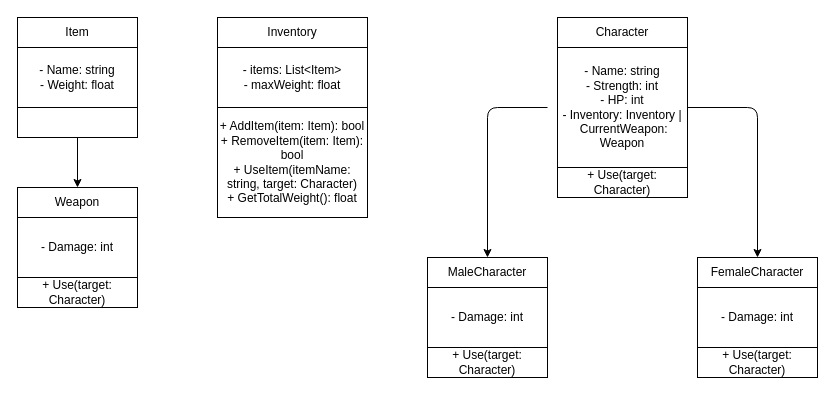
Earlier version of the draw.io diagram tabell.drawio (te22c-abdulleiid-amira/Projekt-1---Vinterprojektet). Source tidied: cells renumbered, new cells numbered last; positions are measured from the earlier drawing's top-left corner, leaving out a move shared by most shapes. Both pictures are drawn from the tidied source at 100%, with x=0, y=0 at pixel (17, 17).
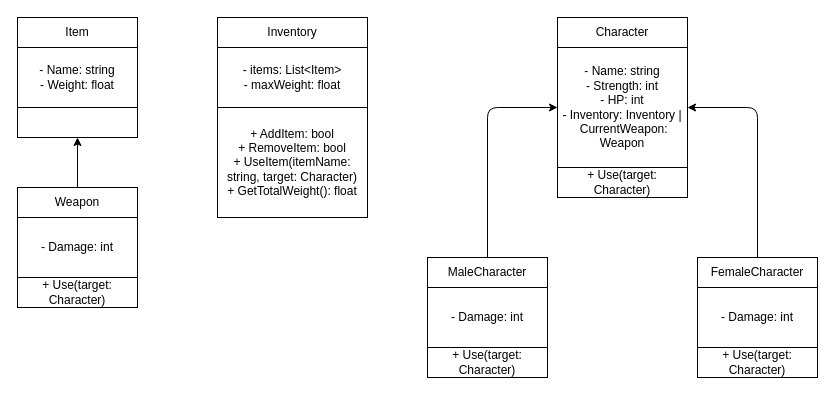
Above is the later version.

The change refers to these unchanged cells:
```xml
<mxCell id="4" style="rounded=0;whiteSpace=wrap;html=1;" parent="1" vertex="1">
  <mxGeometry y="90" width="120" height="30" as="geometry" />
</mxCell>
<mxCell id="6" value="Weapon" style="rounded=0;whiteSpace=wrap;html=1;" parent="1" vertex="1">
  <mxGeometry y="170" width="120" height="30" as="geometry" />
</mxCell>
<mxCell id="16" value="- &lt;span class=&quot;hljs-type&quot;&gt;Name&lt;/span&gt;: string&lt;br&gt;- Strength: &lt;span class=&quot;hljs-type&quot;&gt;int&lt;/span&gt; &lt;br&gt;- HP: &lt;span class=&quot;hljs-type&quot;&gt;int&lt;/span&gt; &lt;br&gt;- Inventory: Inventory |&amp;nbsp;CurrentWeapon: Weapon" style="rounded=0;whiteSpace=wrap;html=1;" parent="1" vertex="1">
  <mxGeometry x="540" y="30" width="130" height="120" as="geometry" />
</mxCell>
<mxCell id="17" value="MaleCharacter" style="rounded=0;whiteSpace=wrap;html=1;" parent="1" vertex="1">
  <mxGeometry x="410" y="240" width="120" height="30" as="geometry" />
</mxCell>
<mxCell id="20" value="FemaleCharacter" style="rounded=0;whiteSpace=wrap;html=1;" parent="1" vertex="1">
  <mxGeometry x="680" y="240" width="120" height="30" as="geometry" />
</mxCell>
```

Change to the diagram source:
```diff
@@
-    <mxCell id="3" style="edgeStyle=none;html=1;entryX=0.5;entryY=0;entryDx=0;entryDy=0;" parent="1" edge="1" source="4" target="6">
-      <mxGeometry relative="1" as="geometry" />
-    </mxCell>
@@
+    <mxCell id="23" style="edgeStyle=none;html=1;entryX=0.5;entryY=1;entryDx=0;entryDy=0;" parent="1" edge="1" source="6" target="4">
+      <mxGeometry relative="1" as="geometry" />
+    </mxCell>
@@
-    <mxCell id="10" value="+ AddItem(item: Item): &lt;span class=&quot;hljs-type&quot;&gt;bool&lt;br&gt;&lt;/span&gt;+ RemoveItem(item: Item): &lt;span class=&quot;hljs-type&quot;&gt;bool&lt;/span&gt; &lt;br&gt;+ UseItem(itemName: string, target: &lt;span class=&quot;hljs-type&quot;&gt;Character&lt;/span&gt;) &lt;br&gt;+ GetTotalWeight(): &lt;span class=&quot;hljs-type&quot;&gt;float&lt;/span&gt;" style="rounded=0;whiteSpace=wrap;html=1;" parent="1" vertex="1">
+    <mxCell id="10" value="+ AddItem: &lt;span class=&quot;hljs-type&quot;&gt;bool&lt;br&gt;&lt;/span&gt;+ RemoveItem: &lt;span class=&quot;hljs-type&quot;&gt;bool&lt;/span&gt; &lt;br&gt;+ UseItem(itemName: string, target: &lt;span class=&quot;hljs-type&quot;&gt;Character&lt;/span&gt;) &lt;br&gt;+ GetTotalWeight(): &lt;span class=&quot;hljs-type&quot;&gt;float&lt;/span&gt;" style="rounded=0;whiteSpace=wrap;html=1;" parent="1" vertex="1">
       <mxGeometry x="200" y="90" width="150" height="110" as="geometry" />
     </mxCell>
@@
-    <mxCell id="14" style="edgeStyle=none;html=1;entryX=0.5;entryY=0;entryDx=0;entryDy=0;" parent="1" edge="1" target="17">
-      <mxGeometry relative="1" as="geometry">
-        <mxPoint x="530" y="90" as="sourcePoint" />
-        <Array as="points">
-          <mxPoint x="470" y="90" />
-        </Array>
-      </mxGeometry>
-    </mxCell>
-    <mxCell id="15" style="edgeStyle=none;html=1;entryX=0.5;entryY=0;entryDx=0;entryDy=0;" parent="1" edge="1" source="16" target="20">
-      <mxGeometry relative="1" as="geometry">
-        <Array as="points">
-          <mxPoint x="740" y="90" />
-        </Array>
-      </mxGeometry>
-    </mxCell>
@@
+    <mxCell id="24" style="edgeStyle=none;html=1;entryX=0;entryY=0.5;entryDx=0;entryDy=0;" parent="1" edge="1" source="17" target="16">
+      <mxGeometry relative="1" as="geometry">
+        <Array as="points">
+          <mxPoint x="470" y="90" />
+        </Array>
+      </mxGeometry>
+    </mxCell>
@@
+    <mxCell id="25" style="edgeStyle=none;html=1;entryX=1;entryY=0.5;entryDx=0;entryDy=0;" parent="1" edge="1" source="20" target="16">
+      <mxGeometry relative="1" as="geometry">
+        <Array as="points">
+          <mxPoint x="740" y="90" />
+        </Array>
+      </mxGeometry>
+    </mxCell>
```
